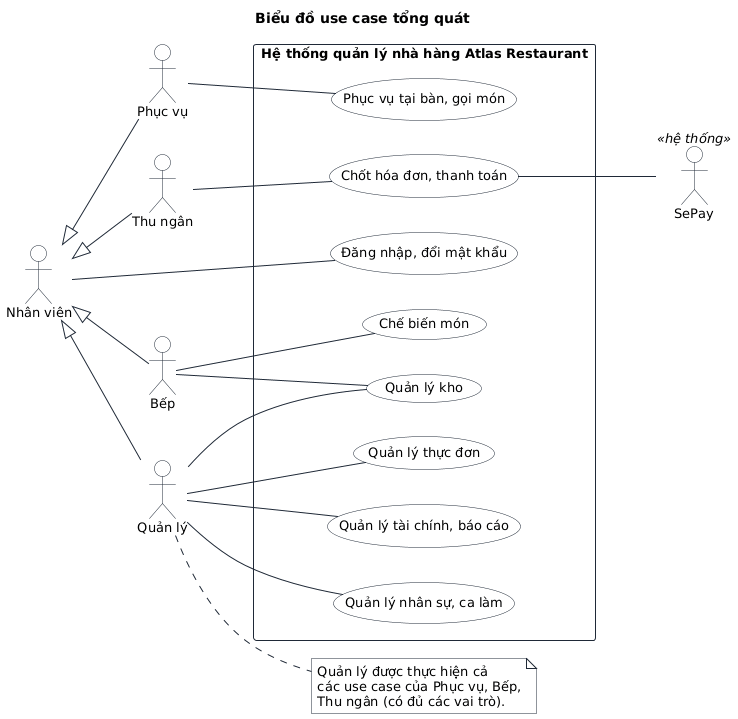
Before: docs/bao-cao-ltnc/uml/uc-tong-quat.png, a diagram exported from PlantUML (Anpham120/restaurant-management-system).
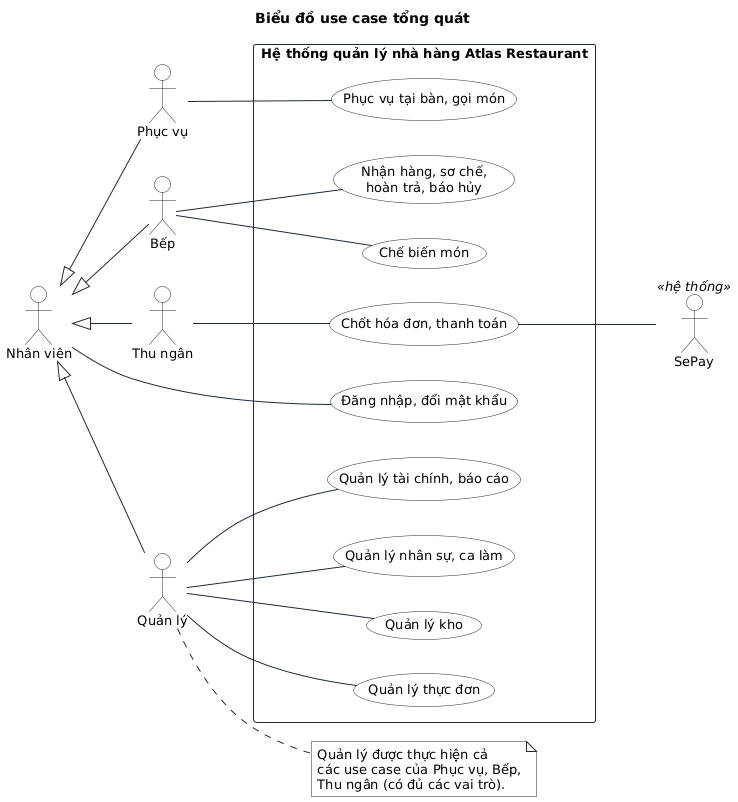
The same file after the commit.

The edit, as a diff of the source:
```diff
@@ -20,12 +20,13 @@
   usecase "Quản lý nhân sự, ca làm" as UC1
   usecase "Quản lý thực đơn" as UC2
   usecase "Quản lý kho" as UC3
+  usecase "Nhận hàng, sơ chế,\nhoàn trả, báo hủy" as UC3b
   usecase "Quản lý tài chính, báo cáo" as UC7
 }
 NV -- UC0
 W -- UC4
 K -- UC5
-K -- UC3
+K -- UC3b
 C -- UC6
 M -- UC1
 M -- UC2
```
